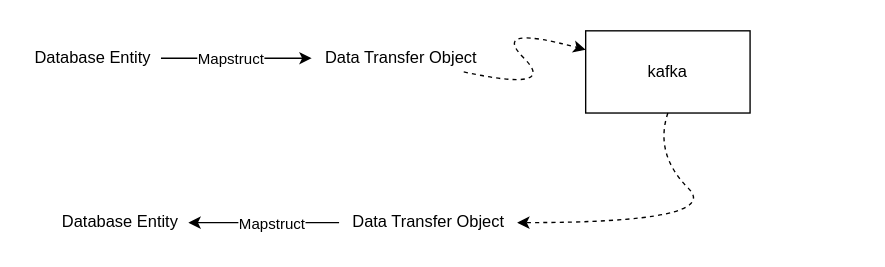
danielfct/master-thesis keeps this draw.io diagram as comunication.drawio. Above is the earlier version. Source tidied: cells renumbered, new cells numbered last; positions are measured from the earlier drawing's top-left corner, leaving out a move shared by most shapes. Both pictures are drawn from the tidied source at 137%, with x=0, y=0 at pixel (23, 23). Pictures stored in the file or linked from it are replaced by grey dashed boxes.
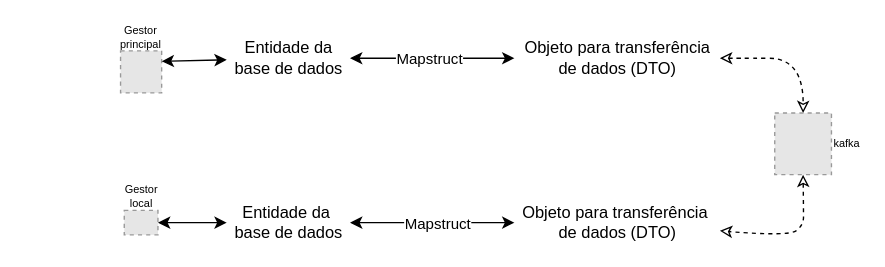
After the change.

Diff of the diagram source:
```diff
@@
-    <mxCell id="2" value="Database Entity" style="text;html=1;align=center;verticalAlign=middle;points=[];" parent="1" vertex="1">
-      <mxGeometry y="15" width="100" height="20" as="geometry" />
+    <mxCell id="2" value="Entidade da &lt;br&gt;base de dados" style="text;html=1;align=center;verticalAlign=middle;points=[];" parent="1" vertex="1">
+      <mxGeometry x="148" y="10" width="90" height="30" as="geometry" />
     </mxCell>
-    <mxCell id="3" value="Data Transfer Object&lt;br&gt;" style="text;html=1;align=center;verticalAlign=middle;points=[];" parent="1" vertex="1">
-      <mxGeometry x="210" y="15" width="130" height="20" as="geometry" />
+    <mxCell id="3" value="Objeto para transferência &lt;br&gt;de dados (DTO)" style="text;html=1;align=center;verticalAlign=middle;points=[];" parent="1" vertex="1">
+      <mxGeometry x="358" y="10" width="150" height="30" as="geometry" />
     </mxCell>
-    <mxCell id="4" style="endArrow=classic;html=1;" parent="1" edge="1" source="2" target="3">
+    <mxCell id="4" style="endArrow=classic;html=1;startArrow=classic;startFill=1;" parent="1" edge="1" source="2" target="3">
       <mxGeometry relative="1" as="geometry" />
     </mxCell>
@@
-    <mxCell id="6" value="kafka" style="rounded=0;whiteSpace=wrap;html=1;" parent="1" vertex="1">
-      <mxGeometry x="410" y="5" width="120" height="60" as="geometry" />
-    </mxCell>
-    <mxCell id="7" style="curved=1;endArrow=classic;html=1;dashed=1;" parent="1" edge="1" source="3" target="6">
+    <mxCell id="7" style="curved=1;endArrow=classic;html=1;dashed=1;entryX=0.5;entryY=0;entryDx=0;entryDy=0;startArrow=classic;startFill=0;endFill=0;" parent="1" edge="1" source="3" target="6">
       <mxGeometry relative="1" as="geometry">
         <Array as="points">
-          <mxPoint x="390" y="50" />
-          <mxPoint x="340" />
+          <mxPoint x="518" y="25" />
+          <mxPoint x="569" y="25" />
         </Array>
       </mxGeometry>
     </mxCell>
-    <mxCell id="8" value="Database Entity" style="text;html=1;align=center;verticalAlign=middle;points=[];" parent="1" vertex="1">
-      <mxGeometry x="20" y="135" width="100" height="20" as="geometry" />
+    <mxCell id="8" value="Entidade da&amp;nbsp;&lt;br&gt;base de dados" style="text;html=1;align=center;verticalAlign=middle;points=[];" parent="1" vertex="1">
+      <mxGeometry x="148" y="130" width="90" height="30" as="geometry" />
     </mxCell>
-    <mxCell id="9" value="Data Transfer Object&lt;br&gt;" style="text;html=1;align=center;verticalAlign=middle;points=[];" parent="1" vertex="1">
-      <mxGeometry x="230" y="135" width="130" height="20" as="geometry" />
+    <mxCell id="9" value="Objeto para transferência&amp;nbsp;&lt;br&gt;de dados (DTO)" style="text;html=1;align=center;verticalAlign=middle;points=[];" parent="1" vertex="1">
+      <mxGeometry x="358" y="130" width="150" height="30" as="geometry" />
     </mxCell>
-    <mxCell id="10" style="endArrow=classic;html=1;" parent="1" edge="1" source="9" target="8">
+    <mxCell id="10" style="endArrow=classic;html=1;startArrow=classic;startFill=1;" parent="1" edge="1" source="9" target="8">
       <mxGeometry relative="1" as="geometry" />
     </mxCell>
@@
-    <mxCell id="12" style="curved=1;endArrow=classic;html=1;dashed=1;exitX=0.5;exitY=1;exitDx=0;exitDy=0;" parent="1" edge="1" source="6" target="9">
+    <mxCell id="12" style="curved=1;endArrow=classic;html=1;dashed=1;exitX=0.5;exitY=1;exitDx=0;exitDy=0;startArrow=classic;startFill=0;endFill=0;" parent="1" edge="1" source="6" target="9">
       <mxGeometry relative="1" as="geometry">
         <Array as="points">
-          <mxPoint x="460" y="95" />
-          <mxPoint x="510" y="145" />
+          <mxPoint x="569" y="135" />
+          <mxPoint x="569" y="147" />
+          <mxPoint x="558" y="155" />
         </Array>
       </mxGeometry>
     </mxCell>
+    <mxCell id="6" value="kafka" style="fillColor=#E6E6E6;strokeColor=#999999;dashed=1;verticalLabelPosition=middle;verticalAlign=middle;fontSize=8;labelPosition=right;align=left;" parent="1" vertex="1">
+      <mxGeometry x="548" y="65" width="41.4" height="45" as="geometry" />
+    </mxCell>
+    <mxCell id="13" style="group;" parent="1" vertex="1">
+      <mxGeometry x="58" y="-0.4" width="55" height="50.7" as="geometry" />
+    </mxCell>
+    <mxCell id="14" style="fillColor=#E6E6E6;strokeColor=#999999;dashed=1;verticalLabelPosition=top;labelBackgroundColor=#ffffff;verticalAlign=bottom;fontSize=8;labelPosition=center;align=center;" parent="13" vertex="1">
+      <mxGeometry x="12.5" y="20" width="30" height="30.7" as="geometry" />
+    </mxCell>
+    <mxCell id="15" value="Gestor principal" style="text;html=1;strokeColor=none;fillColor=none;align=center;verticalAlign=middle;whiteSpace=wrap;rounded=0;shadow=0;sketch=1;fontSize=8;" parent="13" vertex="1">
+      <mxGeometry width="55" height="20" as="geometry" />
+    </mxCell>
+    <mxCell id="16" style="endArrow=classic;startArrow=classic;html=1;exitX=1;exitY=0.25;exitDx=0;exitDy=0;" parent="1" edge="1" source="14" target="2">
+      <mxGeometry relative="1" as="geometry" />
+    </mxCell>
+    <mxCell id="17" style="endArrow=classic;startArrow=classic;html=1;" parent="1" edge="1" source="19" target="8">
+      <mxGeometry relative="1" as="geometry" />
+    </mxCell>
+    <mxCell id="18" style="group;" parent="1" vertex="1">
+      <mxGeometry x="65.5" y="116.1" width="40" height="37.8" as="geometry" />
+    </mxCell>
+    <mxCell id="19" style="fillColor=#E6E6E6;strokeColor=#999999;dashed=1;verticalLabelPosition=bottom;labelBackgroundColor=#ffffff;verticalAlign=top;" parent="18" vertex="1">
+      <mxGeometry x="7.7" y="20" width="24.6" height="17.8" as="geometry" />
+    </mxCell>
+    <mxCell id="20" value="Gestor local" style="text;html=1;strokeColor=none;fillColor=none;align=center;verticalAlign=middle;whiteSpace=wrap;rounded=0;fontSize=8;" parent="18" vertex="1">
+      <mxGeometry width="40" height="20" as="geometry" />
+    </mxCell>
```
